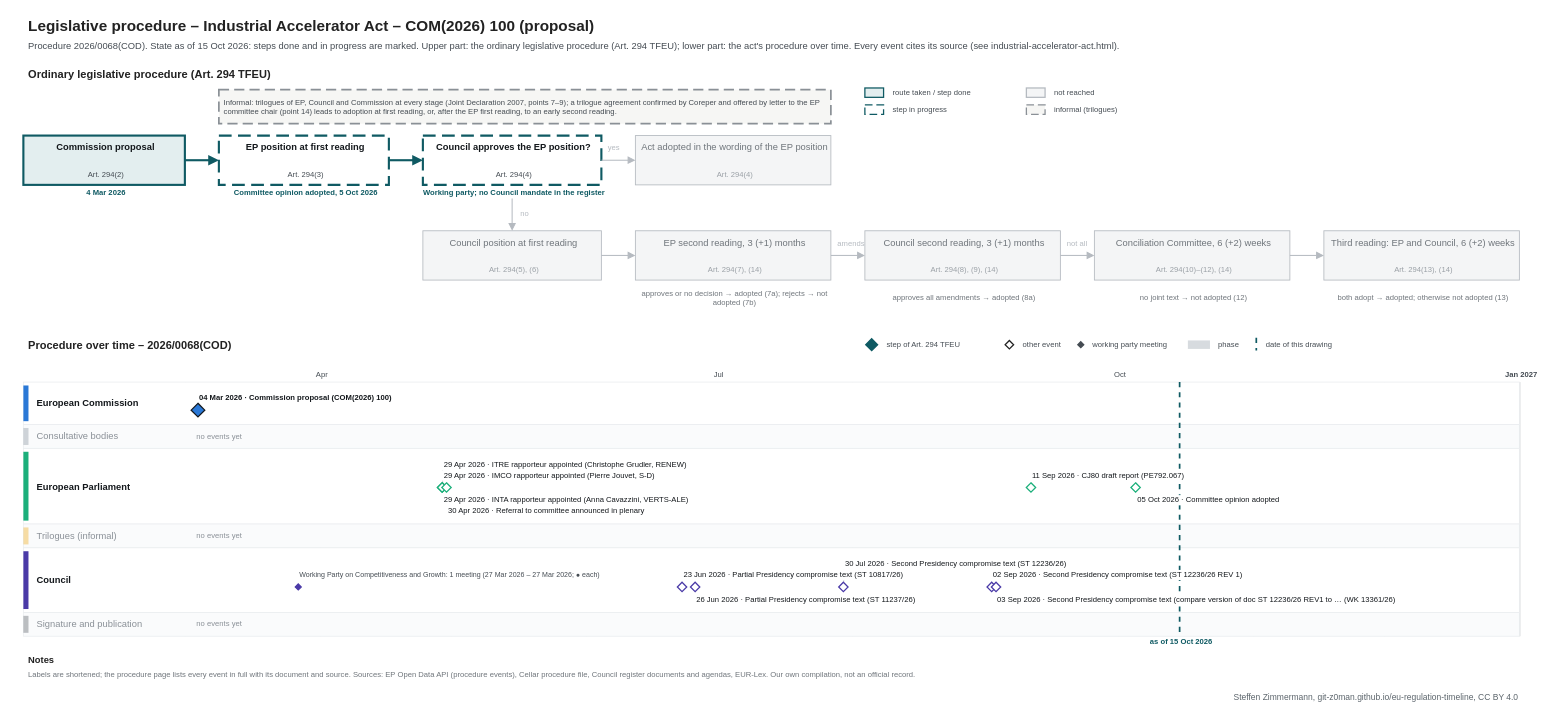
git-z0man/eu-regulation-timeline keeps this draw.io diagram as procedures/industrial-accelerator-act.drawio. Above is the earlier version. Source tidied: cells renumbered, new cells numbered last; positions are measured from the earlier drawing's top-left corner, leaving out a move shared by most shapes. Both pictures are drawn from the tidied source at 85%, with x=0, y=0 at pixel (14, 14).
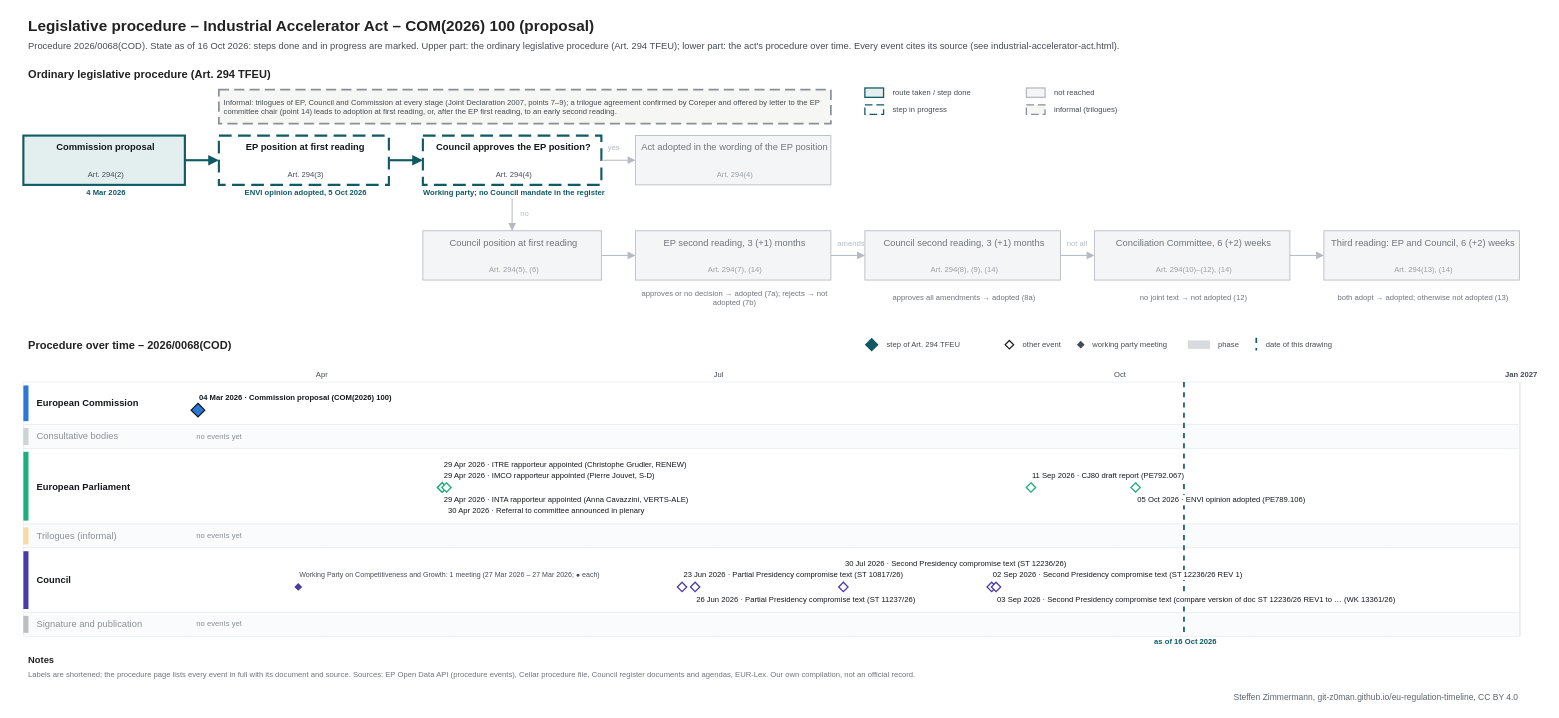
The same diagram, later.

The edit, as a diff of the source:
```diff
@@
-    <mxCell id="3" value="Procedure 2026/0068(COD). State as of 15 Oct 2026: steps done and in progress are marked. Upper part: the ordinary legislative procedure (Art. 294 TFEU); lower part: the act's procedure over time. Every event cites its source (see industrial-accelerator-act.html)." style="text;html=1;fontSize=11;fontColor=#454c53;align=left;verticalAlign=middle;spacingLeft=4;" parent="1" vertex="1">
+    <mxCell id="3" value="Procedure 2026/0068(COD). State as of 16 Oct 2026: steps done and in progress are marked. Upper part: the ordinary legislative procedure (Art. 294 TFEU); lower part: the act's procedure over time. Every event cites its source (see industrial-accelerator-act.html)." style="text;html=1;fontSize=11;fontColor=#454c53;align=left;verticalAlign=middle;spacingLeft=4;" parent="1" vertex="1">
       <mxGeometry x="10" y="28" width="1700" height="18" as="geometry" />
     </mxCell>
@@
-    <mxCell id="20" value="Committee opinion adopted, 5 Oct 2026" style="text;html=1;fontSize=9;fontColor=#0f5a63;align=center;verticalAlign=middle;spacingLeft=4;fontStyle=1;" parent="1" vertex="1">
+    <mxCell id="20" value="ENVI opinion adopted, 5 Oct 2026" style="text;html=1;fontSize=9;fontColor=#0f5a63;align=center;verticalAlign=middle;spacingLeft=4;fontStyle=1;" parent="1" vertex="1">
       <mxGeometry x="230" y="202" width="220" height="14" as="geometry" />
     </mxCell>
@@
     <mxCell id="108" style="line;html=1;strokeWidth=2;strokeColor=#0f5a63;direction=south;dashed=1;" parent="1" vertex="1">
-      <mxGeometry x="1369.8" y="432" width="1" height="299" as="geometry" />
+      <mxGeometry x="1374.9" y="432" width="1" height="299" as="geometry" />
     </mxCell>
-    <mxCell id="109" value="as of 15 Oct 2026" style="text;html=1;fontSize=9;fontColor=#0f5a63;align=center;verticalAlign=middle;spacingLeft=4;fontStyle=1;" parent="1" vertex="1">
-      <mxGeometry x="1309.8" y="732" width="120" height="12" as="geometry" />
+    <mxCell id="109" value="as of 16 Oct 2026" style="text;html=1;fontSize=9;fontColor=#0f5a63;align=center;verticalAlign=middle;spacingLeft=4;fontStyle=1;" parent="1" vertex="1">
+      <mxGeometry x="1314.9" y="732" width="120" height="12" as="geometry" />
     </mxCell>
@@
-    <mxCell id="119" value="05 Oct 2026 · Committee opinion adopted" style="text;html=1;fontSize=9;fontColor=#14181c;align=left;verticalAlign=middle;spacingLeft=4;fillColor=#ffffff;" parent="1" vertex="1">
-      <mxGeometry x="1314.5" y="565" width="191.3" height="12" as="geometry" />
+    <mxCell id="119" value="05 Oct 2026 · ENVI opinion adopted (PE789.106)" style="text;html=1;fontSize=9;fontColor=#14181c;align=left;verticalAlign=middle;spacingLeft=4;fillColor=#ffffff;" parent="1" vertex="1">
+      <mxGeometry x="1314.5" y="565" width="224.2" height="12" as="geometry" />
     </mxCell>
```
